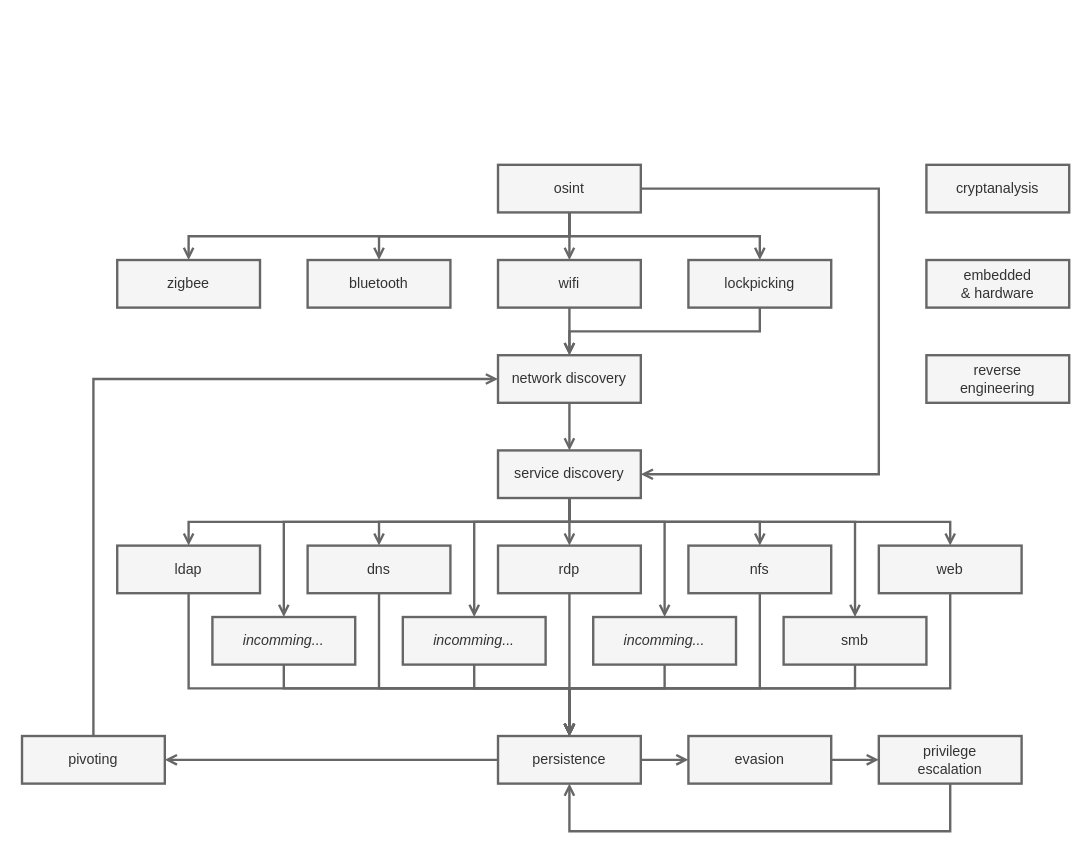
The draw.io diagram posts/notes/pwn/tree.drawio in 0b11stan/blog, before the edit. Source tidied: cells renumbered, new cells numbered last; positions are measured from the earlier drawing's top-left corner, leaving out a move shared by most shapes. Both pictures are drawn from the tidied source at 119%, with x=0, y=0 at pixel (21, 164).
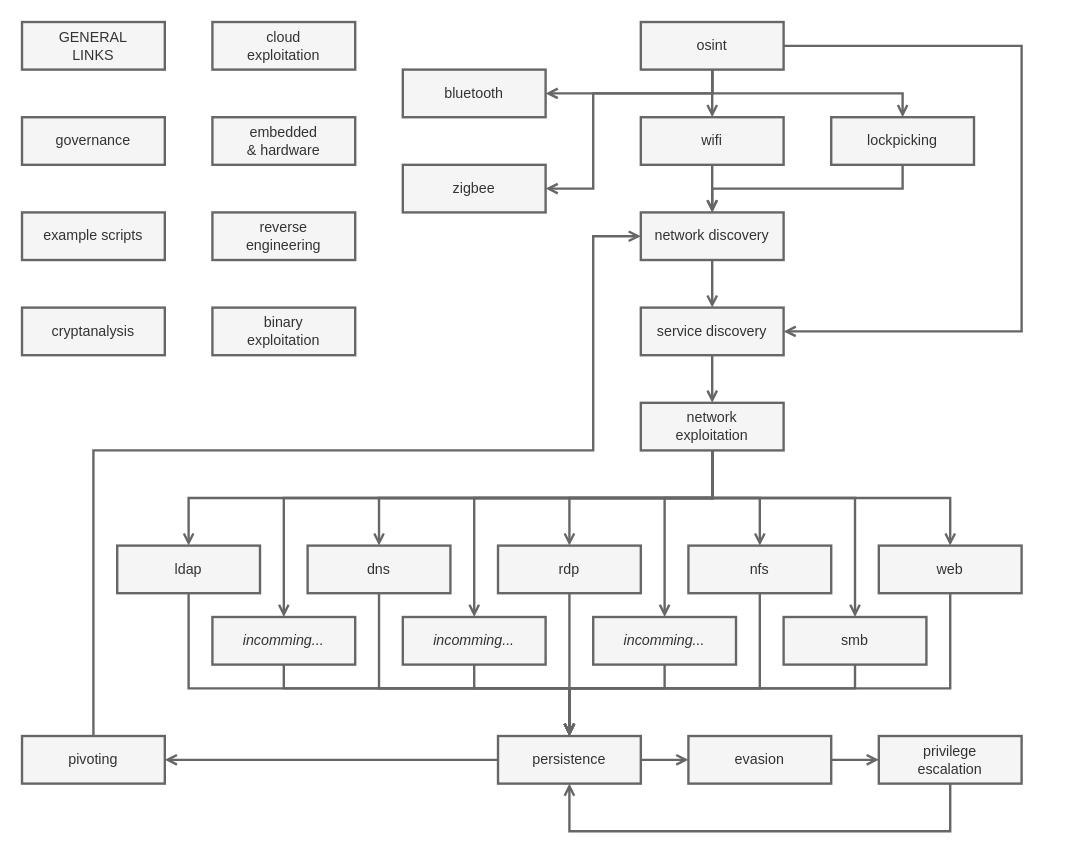
After the change.

Unchanged cells that the change refers to:
```xml
<mxCell id="13" value="web" style="rounded=0;whiteSpace=wrap;html=1;fillColor=#f5f5f5;fontColor=#333333;strokeColor=#666666;strokeWidth=2;" parent="1" vertex="1">
  <mxGeometry x="720" y="320" width="120" height="40" as="geometry" />
</mxCell>
<mxCell id="27" value="ldap" style="rounded=0;whiteSpace=wrap;html=1;fillColor=#f5f5f5;fontColor=#333333;strokeColor=#666666;strokeWidth=2;" parent="1" vertex="1">
  <mxGeometry x="80" y="320" width="120" height="40" as="geometry" />
</mxCell>
<mxCell id="29" value="nfs" style="rounded=0;whiteSpace=wrap;html=1;fillColor=#f5f5f5;fontColor=#333333;strokeColor=#666666;strokeWidth=2;" parent="1" vertex="1">
  <mxGeometry x="560" y="320" width="120" height="40" as="geometry" />
</mxCell>
<mxCell id="31" value="rdp" style="rounded=0;whiteSpace=wrap;html=1;fillColor=#f5f5f5;fontColor=#333333;strokeColor=#666666;strokeWidth=2;" parent="1" vertex="1">
  <mxGeometry x="400" y="320" width="120" height="40" as="geometry" />
</mxCell>
<mxCell id="33" value="dns" style="rounded=0;whiteSpace=wrap;html=1;fillColor=#f5f5f5;fontColor=#333333;strokeColor=#666666;strokeWidth=2;" parent="1" vertex="1">
  <mxGeometry x="240" y="320" width="120" height="40" as="geometry" />
</mxCell>
<mxCell id="40" value="pivoting" style="rounded=0;whiteSpace=wrap;html=1;fillColor=#f5f5f5;fontColor=#333333;strokeColor=#666666;strokeWidth=2;" parent="1" vertex="1">
  <mxGeometry y="480" width="120" height="40" as="geometry" />
</mxCell>
<mxCell id="42" value="smb" style="rounded=0;whiteSpace=wrap;html=1;fillColor=#f5f5f5;fontColor=#333333;strokeColor=#666666;strokeWidth=2;" parent="1" vertex="1">
  <mxGeometry x="640" y="380" width="120" height="40" as="geometry" />
</mxCell>
<mxCell id="44" value="&lt;i style=&quot;&quot;&gt;incomming...&lt;/i&gt;" style="rounded=0;whiteSpace=wrap;html=1;fillColor=#f5f5f5;fontColor=#333333;strokeColor=#666666;strokeWidth=2;" parent="1" vertex="1">
  <mxGeometry x="320" y="380" width="120" height="40" as="geometry" />
</mxCell>
<mxCell id="46" value="&lt;i&gt;incomming...&lt;/i&gt;" style="rounded=0;whiteSpace=wrap;html=1;fillColor=#f5f5f5;fontColor=#333333;strokeColor=#666666;strokeWidth=2;" parent="1" vertex="1">
  <mxGeometry x="160" y="380" width="120" height="40" as="geometry" />
</mxCell>
<mxCell id="48" value="&lt;i style=&quot;&quot;&gt;incomming...&lt;/i&gt;" style="rounded=0;whiteSpace=wrap;html=1;fillColor=#f5f5f5;fontColor=#333333;strokeColor=#666666;strokeWidth=2;" parent="1" vertex="1">
  <mxGeometry x="480" y="380" width="120" height="40" as="geometry" />
</mxCell>
```

Diff of the diagram source:
```diff
@@
     <mxCell id="2" style="edgeStyle=orthogonalEdgeStyle;rounded=0;jettySize=auto;html=1;fillColor=#f5f5f5;strokeColor=#666666;strokeWidth=2;endArrow=open;endFill=0;" parent="1" edge="1" source="7" target="9">
       <mxGeometry relative="1" as="geometry">
         <Array as="points">
-          <mxPoint x="460" y="60" />
-          <mxPoint x="620" y="60" />
+          <mxPoint x="580" y="-60" />
+          <mxPoint x="740" y="-60" />
         </Array>
       </mxGeometry>
     </mxCell>
@@
     <mxCell id="4" style="edgeStyle=orthogonalEdgeStyle;rounded=0;jettySize=auto;html=1;strokeWidth=2;fillColor=#f5f5f5;strokeColor=#666666;endArrow=open;endFill=0;" parent="1" edge="1" source="7" target="25">
       <mxGeometry relative="1" as="geometry">
         <Array as="points">
-          <mxPoint x="720" y="20" />
-          <mxPoint x="720" y="260" />
+          <mxPoint x="840" y="-100" />
+          <mxPoint x="840" y="140" />
         </Array>
       </mxGeometry>
     </mxCell>
     <mxCell id="5" style="edgeStyle=orthogonalEdgeStyle;rounded=0;jettySize=auto;html=1;endArrow=open;endFill=0;strokeWidth=2;fillColor=#f5f5f5;strokeColor=#666666;" parent="1" edge="1" source="7" target="52">
       <mxGeometry relative="1" as="geometry">
         <Array as="points">
-          <mxPoint x="460" y="60" />
-          <mxPoint x="300" y="60" />
+          <mxPoint x="580" y="-60" />
         </Array>
       </mxGeometry>
     </mxCell>
     <mxCell id="6" style="edgeStyle=orthogonalEdgeStyle;rounded=0;jettySize=auto;html=1;endArrow=open;endFill=0;strokeWidth=2;fillColor=#f5f5f5;strokeColor=#666666;" parent="1" edge="1" source="7" target="53">
       <mxGeometry relative="1" as="geometry">
         <Array as="points">
-          <mxPoint x="460" y="60" />
-          <mxPoint x="140" y="60" />
+          <mxPoint x="580" y="-60" />
+          <mxPoint x="480" y="-60" />
+          <mxPoint x="480" y="20" />
         </Array>
       </mxGeometry>
     </mxCell>
     <mxCell id="7" value="osint" style="rounded=0;whiteSpace=wrap;html=1;fillColor=#f5f5f5;fontColor=#333333;strokeColor=#666666;strokeWidth=2;" parent="1" vertex="1">
-      <mxGeometry x="400" width="120" height="40" as="geometry" />
+      <mxGeometry x="520" y="-120" width="120" height="40" as="geometry" />
     </mxCell>
     <mxCell id="8" style="edgeStyle=orthogonalEdgeStyle;rounded=0;jettySize=auto;html=1;fillColor=#f5f5f5;strokeColor=#666666;strokeWidth=2;endArrow=open;endFill=0;" parent="1" edge="1" source="9" target="15">
       <mxGeometry relative="1" as="geometry">
         <Array as="points">
-          <mxPoint x="620" y="140" />
-          <mxPoint x="460" y="140" />
+          <mxPoint x="740" y="20" />
+          <mxPoint x="580" y="20" />
         </Array>
       </mxGeometry>
     </mxCell>
     <mxCell id="9" value="lockpicking" style="rounded=0;whiteSpace=wrap;html=1;fillColor=#f5f5f5;fontColor=#333333;strokeColor=#666666;strokeWidth=2;" parent="1" vertex="1">
-      <mxGeometry x="560" y="80" width="120" height="40" as="geometry" />
+      <mxGeometry x="680" y="-40" width="120" height="40" as="geometry" />
     </mxCell>
@@
     <mxCell id="11" value="wifi" style="rounded=0;whiteSpace=wrap;html=1;fillColor=#f5f5f5;fontColor=#333333;strokeColor=#666666;strokeWidth=2;" parent="1" vertex="1">
-      <mxGeometry x="400" y="80" width="120" height="40" as="geometry" />
+      <mxGeometry x="520" y="-40" width="120" height="40" as="geometry" />
     </mxCell>
@@
     <mxCell id="15" value="network discovery" style="rounded=0;whiteSpace=wrap;html=1;fillColor=#f5f5f5;fontColor=#333333;strokeColor=#666666;strokeWidth=2;" parent="1" vertex="1">
-      <mxGeometry x="400" y="160" width="120" height="40" as="geometry" />
+      <mxGeometry x="520" y="40" width="120" height="40" as="geometry" />
     </mxCell>
-    <mxCell id="16" style="edgeStyle=orthogonalEdgeStyle;rounded=0;jettySize=auto;html=1;fillColor=#f5f5f5;strokeColor=#666666;strokeWidth=2;endArrow=open;endFill=0;" parent="1" edge="1" source="25" target="27">
+    <mxCell id="16" style="edgeStyle=orthogonalEdgeStyle;rounded=0;jettySize=auto;html=1;fillColor=#f5f5f5;strokeColor=#666666;strokeWidth=2;endArrow=open;endFill=0;" parent="1" edge="1" source="57" target="27">
       <mxGeometry relative="1" as="geometry">
         <Array as="points">
-          <mxPoint x="460" y="300" />
-          <mxPoint x="140" y="300" />
+          <mxPoint x="580" y="280" />
+          <mxPoint x="140" y="280" />
         </Array>
       </mxGeometry>
     </mxCell>
-    <mxCell id="17" style="edgeStyle=orthogonalEdgeStyle;rounded=0;jettySize=auto;html=1;fillColor=#f5f5f5;strokeColor=#666666;strokeWidth=2;endArrow=open;endFill=0;" parent="1" edge="1" source="25" target="33">
+    <mxCell id="17" style="edgeStyle=orthogonalEdgeStyle;rounded=0;jettySize=auto;html=1;fillColor=#f5f5f5;strokeColor=#666666;strokeWidth=2;endArrow=open;endFill=0;" parent="1" edge="1" source="57" target="33">
       <mxGeometry relative="1" as="geometry">
         <Array as="points">
-          <mxPoint x="460" y="300" />
-          <mxPoint x="300" y="300" />
+          <mxPoint x="580" y="280" />
+          <mxPoint x="300" y="280" />
         </Array>
       </mxGeometry>
     </mxCell>
-    <mxCell id="18" style="edgeStyle=orthogonalEdgeStyle;rounded=0;jettySize=auto;html=1;fillColor=#f5f5f5;strokeColor=#666666;strokeWidth=2;endArrow=open;endFill=0;" parent="1" edge="1" source="25" target="31">
+    <mxCell id="18" style="edgeStyle=orthogonalEdgeStyle;rounded=0;jettySize=auto;html=1;fillColor=#f5f5f5;strokeColor=#666666;strokeWidth=2;endArrow=open;endFill=0;" parent="1" edge="1" source="57" target="31">
       <mxGeometry relative="1" as="geometry" />
     </mxCell>
-    <mxCell id="19" style="edgeStyle=orthogonalEdgeStyle;rounded=0;jettySize=auto;html=1;fillColor=#f5f5f5;strokeColor=#666666;strokeWidth=2;endArrow=open;endFill=0;" parent="1" edge="1" source="25" target="29">
+    <mxCell id="19" style="edgeStyle=orthogonalEdgeStyle;rounded=0;jettySize=auto;html=1;fillColor=#f5f5f5;strokeColor=#666666;strokeWidth=2;endArrow=open;endFill=0;" parent="1" edge="1" source="57" target="29">
       <mxGeometry relative="1" as="geometry">
         <Array as="points">
-          <mxPoint x="460" y="300" />
-          <mxPoint x="620" y="300" />
+          <mxPoint x="580" y="280" />
+          <mxPoint x="620" y="280" />
         </Array>
       </mxGeometry>
     </mxCell>
-    <mxCell id="20" style="edgeStyle=orthogonalEdgeStyle;rounded=0;jettySize=auto;html=1;fillColor=#f5f5f5;strokeColor=#666666;strokeWidth=2;endArrow=open;endFill=0;" parent="1" edge="1" source="25" target="13">
+    <mxCell id="20" style="edgeStyle=orthogonalEdgeStyle;rounded=0;jettySize=auto;html=1;fillColor=#f5f5f5;strokeColor=#666666;strokeWidth=2;endArrow=open;endFill=0;" parent="1" edge="1" source="57" target="13">
       <mxGeometry relative="1" as="geometry">
         <Array as="points">
-          <mxPoint x="460" y="300" />
-          <mxPoint x="780" y="300" />
+          <mxPoint x="580" y="280" />
+          <mxPoint x="780" y="280" />
         </Array>
       </mxGeometry>
     </mxCell>
-    <mxCell id="21" style="edgeStyle=orthogonalEdgeStyle;rounded=0;jettySize=auto;html=1;fillColor=#f5f5f5;strokeColor=#666666;strokeWidth=2;endArrow=open;endFill=0;" parent="1" edge="1" source="25" target="42">
+    <mxCell id="21" style="edgeStyle=orthogonalEdgeStyle;rounded=0;jettySize=auto;html=1;fillColor=#f5f5f5;strokeColor=#666666;strokeWidth=2;endArrow=open;endFill=0;" parent="1" edge="1" source="57" target="42">
       <mxGeometry relative="1" as="geometry">
         <Array as="points">
-          <mxPoint x="460" y="300" />
-          <mxPoint x="700" y="300" />
+          <mxPoint x="580" y="280" />
+          <mxPoint x="700" y="280" />
         </Array>
       </mxGeometry>
     </mxCell>
-    <mxCell id="22" style="edgeStyle=orthogonalEdgeStyle;rounded=0;jettySize=auto;html=1;endArrow=open;endFill=0;strokeWidth=2;fillColor=#f5f5f5;strokeColor=#666666;" parent="1" edge="1" source="25" target="46">
+    <mxCell id="22" style="edgeStyle=orthogonalEdgeStyle;rounded=0;jettySize=auto;html=1;endArrow=open;endFill=0;strokeWidth=2;fillColor=#f5f5f5;strokeColor=#666666;" parent="1" edge="1" source="57" target="46">
       <mxGeometry relative="1" as="geometry">
         <Array as="points">
-          <mxPoint x="460" y="300" />
-          <mxPoint x="220" y="300" />
+          <mxPoint x="580" y="280" />
+          <mxPoint x="220" y="280" />
         </Array>
       </mxGeometry>
     </mxCell>
-    <mxCell id="23" style="edgeStyle=orthogonalEdgeStyle;rounded=0;jettySize=auto;html=1;endArrow=open;endFill=0;strokeWidth=2;fillColor=#f5f5f5;strokeColor=#666666;" parent="1" edge="1" source="25" target="44">
+    <mxCell id="23" style="edgeStyle=orthogonalEdgeStyle;rounded=0;jettySize=auto;html=1;endArrow=open;endFill=0;strokeWidth=2;fillColor=#f5f5f5;strokeColor=#666666;" parent="1" edge="1" source="57" target="44">
       <mxGeometry relative="1" as="geometry">
         <Array as="points">
-          <mxPoint x="460" y="300" />
-          <mxPoint x="380" y="300" />
+          <mxPoint x="580" y="280" />
+          <mxPoint x="380" y="280" />
         </Array>
       </mxGeometry>
     </mxCell>
-    <mxCell id="24" style="edgeStyle=orthogonalEdgeStyle;rounded=0;jettySize=auto;html=1;endArrow=open;endFill=0;strokeWidth=2;fillColor=#f5f5f5;strokeColor=#666666;" parent="1" edge="1" source="25" target="48">
+    <mxCell id="24" style="edgeStyle=orthogonalEdgeStyle;rounded=0;jettySize=auto;html=1;endArrow=open;endFill=0;strokeWidth=2;fillColor=#f5f5f5;strokeColor=#666666;" parent="1" edge="1" source="57" target="48">
       <mxGeometry relative="1" as="geometry">
         <Array as="points">
-          <mxPoint x="460" y="300" />
-          <mxPoint x="540" y="300" />
+          <mxPoint x="580" y="280" />
+          <mxPoint x="540" y="280" />
         </Array>
       </mxGeometry>
     </mxCell>
+    <mxCell id="56" style="edgeStyle=orthogonalEdgeStyle;rounded=0;jettySize=auto;html=1;endArrow=open;endFill=0;strokeWidth=2;fillColor=#f5f5f5;strokeColor=#666666;" parent="1" edge="1" source="25" target="57">
+      <mxGeometry relative="1" as="geometry" />
+    </mxCell>
     <mxCell id="25" value="service discovery" style="rounded=0;whiteSpace=wrap;html=1;fillColor=#f5f5f5;fontColor=#333333;strokeColor=#666666;strokeWidth=2;" parent="1" vertex="1">
-      <mxGeometry x="400" y="240" width="120" height="40" as="geometry" />
+      <mxGeometry x="520" y="120" width="120" height="40" as="geometry" />
     </mxCell>
@@
     <mxCell id="39" style="edgeStyle=orthogonalEdgeStyle;rounded=0;jettySize=auto;html=1;fillColor=#f5f5f5;strokeColor=#666666;strokeWidth=2;endArrow=open;endFill=0;" parent="1" edge="1" source="40" target="15">
       <mxGeometry relative="1" as="geometry">
         <Array as="points">
-          <mxPoint x="60" y="180" />
+          <mxPoint x="60" y="240" />
+          <mxPoint x="480" y="240" />
+          <mxPoint x="480" y="60" />
         </Array>
       </mxGeometry>
     </mxCell>
@@
     <mxCell id="49" value="reverse&lt;br&gt;engineering" style="rounded=0;whiteSpace=wrap;html=1;fillColor=#f5f5f5;fontColor=#333333;strokeColor=#666666;strokeWidth=2;" parent="1" vertex="1">
-      <mxGeometry x="760" y="160" width="120" height="40" as="geometry" />
+      <mxGeometry x="160" y="40" width="120" height="40" as="geometry" />
     </mxCell>
     <mxCell id="50" value="cryptanalysis" style="rounded=0;whiteSpace=wrap;html=1;fillColor=#f5f5f5;fontColor=#333333;strokeColor=#666666;strokeWidth=2;" parent="1" vertex="1">
-      <mxGeometry x="760" width="120" height="40" as="geometry" />
+      <mxGeometry y="120" width="120" height="40" as="geometry" />
     </mxCell>
     <mxCell id="51" value="embedded&lt;br&gt;&amp;amp; hardware" style="rounded=0;whiteSpace=wrap;html=1;fillColor=#f5f5f5;fontColor=#333333;strokeColor=#666666;strokeWidth=2;" parent="1" vertex="1">
-      <mxGeometry x="760" y="80" width="120" height="40" as="geometry" />
+      <mxGeometry x="160" y="-40" width="120" height="40" as="geometry" />
     </mxCell>
     <mxCell id="52" value="bluetooth" style="rounded=0;whiteSpace=wrap;html=1;fillColor=#f5f5f5;fontColor=#333333;strokeColor=#666666;strokeWidth=2;" parent="1" vertex="1">
-      <mxGeometry x="240" y="80" width="120" height="40" as="geometry" />
+      <mxGeometry x="320" y="-80" width="120" height="40" as="geometry" />
     </mxCell>
     <mxCell id="53" value="zigbee" style="rounded=0;whiteSpace=wrap;html=1;fillColor=#f5f5f5;fontColor=#333333;strokeColor=#666666;strokeWidth=2;" parent="1" vertex="1">
-      <mxGeometry x="80" y="80" width="120" height="40" as="geometry" />
+      <mxGeometry x="320" width="120" height="40" as="geometry" />
     </mxCell>
@@
+    <mxCell id="57" value="network&lt;br&gt;exploitation" style="rounded=0;whiteSpace=wrap;html=1;fillColor=#f5f5f5;fontColor=#333333;strokeColor=#666666;strokeWidth=2;" parent="1" vertex="1">
+      <mxGeometry x="520" y="200" width="120" height="40" as="geometry" />
+    </mxCell>
+    <mxCell id="58" value="binary&lt;br&gt;exploitation" style="rounded=0;whiteSpace=wrap;html=1;fillColor=#f5f5f5;fontColor=#333333;strokeColor=#666666;strokeWidth=2;" parent="1" vertex="1">
+      <mxGeometry x="160" y="120" width="120" height="40" as="geometry" />
+    </mxCell>
+    <mxCell id="59" value="cloud&lt;br&gt;exploitation" style="rounded=0;whiteSpace=wrap;html=1;fillColor=#f5f5f5;fontColor=#333333;strokeColor=#666666;strokeWidth=2;" parent="1" vertex="1">
+      <mxGeometry x="160" y="-120" width="120" height="40" as="geometry" />
+    </mxCell>
+    <mxCell id="60" value="GENERAL&lt;br&gt;LINKS" style="rounded=0;whiteSpace=wrap;html=1;fillColor=#f5f5f5;fontColor=#333333;strokeColor=#666666;strokeWidth=2;" parent="1" vertex="1">
+      <mxGeometry y="-120" width="120" height="40" as="geometry" />
+    </mxCell>
+    <mxCell id="61" value="governance" style="rounded=0;whiteSpace=wrap;html=1;fillColor=#f5f5f5;fontColor=#333333;strokeColor=#666666;strokeWidth=2;" parent="1" vertex="1">
+      <mxGeometry y="-40" width="120" height="40" as="geometry" />
+    </mxCell>
+    <mxCell id="62" value="example scripts" style="rounded=0;whiteSpace=wrap;html=1;fillColor=#f5f5f5;fontColor=#333333;strokeColor=#666666;strokeWidth=2;" parent="1" vertex="1">
+      <mxGeometry y="40" width="120" height="40" as="geometry" />
+    </mxCell>
```
